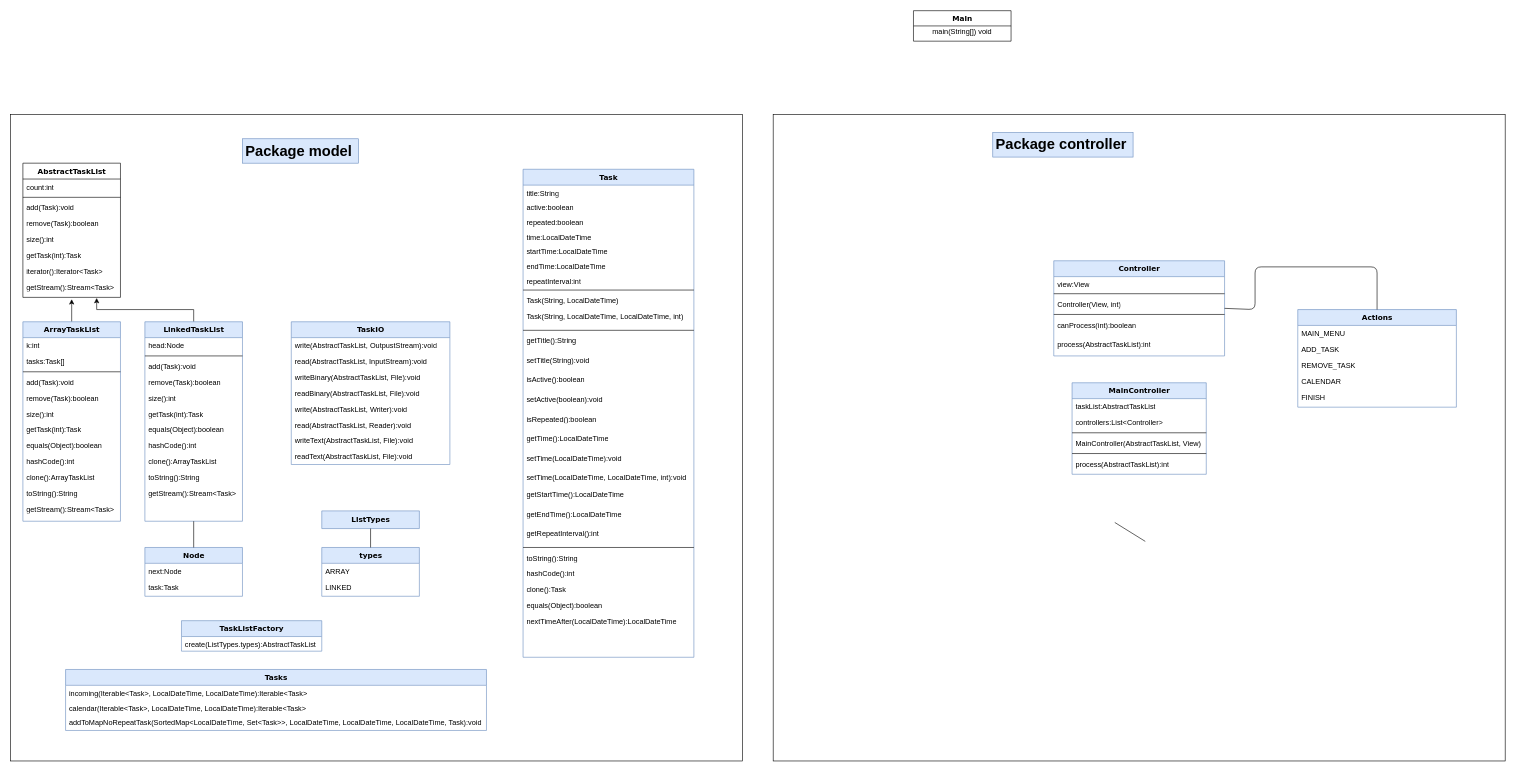
This is Untitled Diagram.drawio from Maxuha/NCTaskManager, a draw.io file, before an edit. Source tidied: cells renumbered, new cells numbered last; positions are measured from the earlier drawing's top-left corner, leaving out a move shared by most shapes. Both pictures are drawn from the tidied source at 61%, with x=0, y=0 at pixel (10, 10).
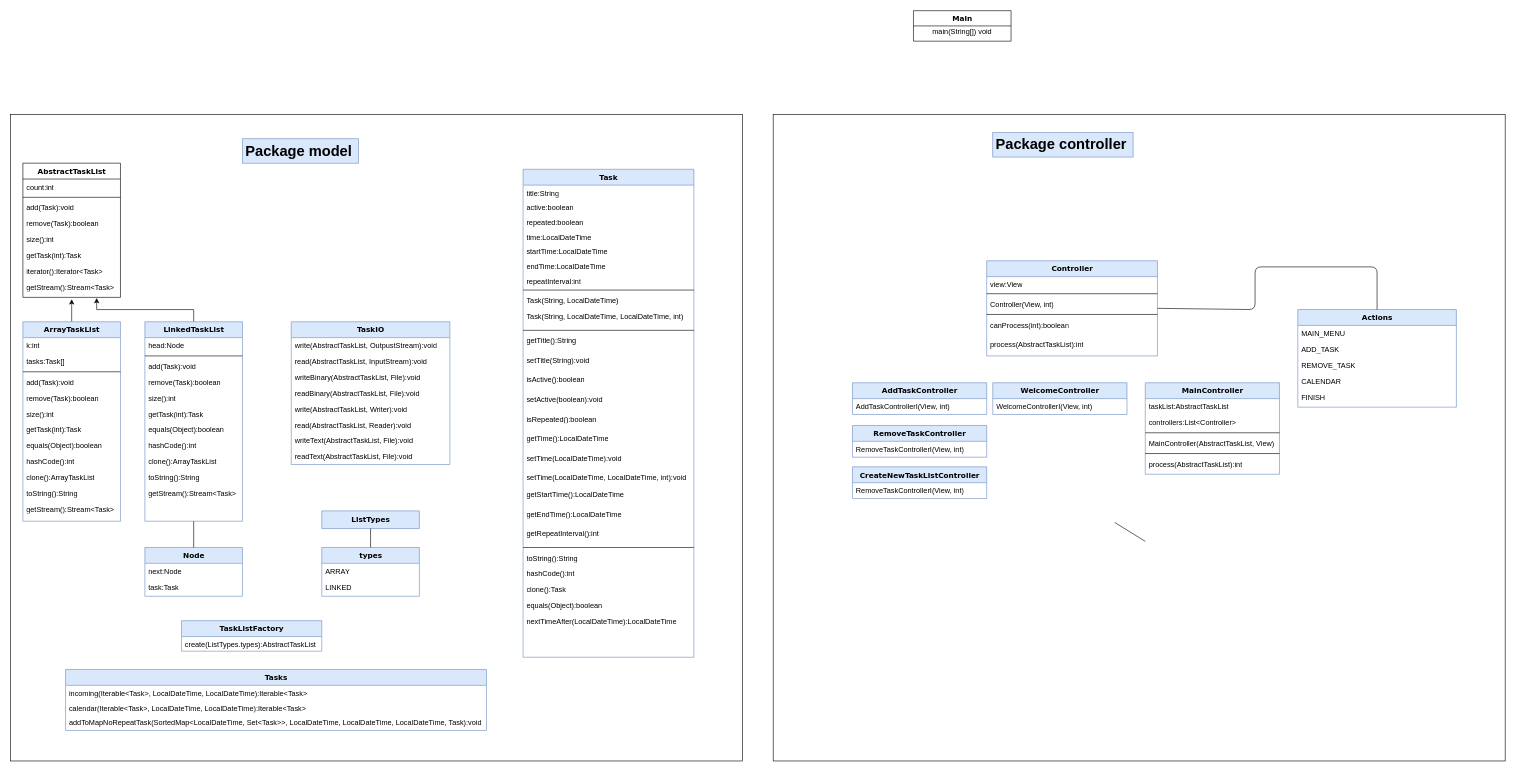
The same diagram, later.

Change to the diagram source:
```diff
@@
     <mxCell id="97" value="MainController" style="swimlane;html=1;fontStyle=1;align=center;verticalAlign=top;horizontal=1;startSize=26;swimlaneFillColor=#ffffff;rounded=0;shadow=0;comic=0;labelBackgroundColor=none;strokeWidth=1;fillColor=#dae8fc;fontFamily=Verdana;fontSize=12;strokeColor=#6c8ebf;" parent="1" vertex="1">
-      <mxGeometry x="1740" y="610" width="220" height="150" as="geometry" />
+      <mxGeometry x="1860" y="610" width="220" height="150" as="geometry" />
     </mxCell>
@@
     <mxCell id="105" value="Controller" style="swimlane;html=1;fontStyle=1;align=center;verticalAlign=top;horizontal=1;startSize=26;swimlaneFillColor=#ffffff;rounded=0;shadow=0;comic=0;labelBackgroundColor=none;strokeWidth=1;fillColor=#dae8fc;fontFamily=Verdana;fontSize=12;strokeColor=#6c8ebf;" parent="1" vertex="1">
-      <mxGeometry x="1710" y="410" width="280" height="156" as="geometry" />
+      <mxGeometry x="1600" y="410" width="280" height="156" as="geometry" />
     </mxCell>
@@
+    <mxCell id="120" value="WelcomeController" style="swimlane;html=1;fontStyle=1;align=center;verticalAlign=top;horizontal=1;startSize=26;swimlaneFillColor=#ffffff;rounded=0;shadow=0;comic=0;labelBackgroundColor=none;strokeWidth=1;fillColor=#dae8fc;fontFamily=Verdana;fontSize=12;strokeColor=#6c8ebf;" parent="1" vertex="1">
+      <mxGeometry x="1610" y="610" width="220" height="52" as="geometry" />
+    </mxCell>
+    <mxCell id="121" value="WelcomeControllerI(View, int)" style="text;html=1;strokeColor=none;fillColor=none;align=left;verticalAlign=top;spacingLeft=4;spacingRight=4;whiteSpace=wrap;overflow=hidden;" parent="120" vertex="1">
+      <mxGeometry y="26" width="220" height="26" as="geometry" />
+    </mxCell>
+    <mxCell id="122" value="AddTaskController" style="swimlane;html=1;fontStyle=1;align=center;verticalAlign=top;horizontal=1;startSize=26;swimlaneFillColor=#ffffff;rounded=0;shadow=0;comic=0;labelBackgroundColor=none;strokeWidth=1;fillColor=#dae8fc;fontFamily=Verdana;fontSize=12;strokeColor=#6c8ebf;" parent="1" vertex="1">
+      <mxGeometry x="1380" y="610" width="220" height="52" as="geometry" />
+    </mxCell>
+    <mxCell id="123" value="AddTaskControllerI(View, int)" style="text;html=1;strokeColor=none;fillColor=none;align=left;verticalAlign=top;spacingLeft=4;spacingRight=4;whiteSpace=wrap;overflow=hidden;" parent="122" vertex="1">
+      <mxGeometry y="26" width="220" height="26" as="geometry" />
+    </mxCell>
+    <mxCell id="124" value="RemoveTaskController" style="swimlane;html=1;fontStyle=1;align=center;verticalAlign=top;horizontal=1;startSize=26;swimlaneFillColor=#ffffff;rounded=0;shadow=0;comic=0;labelBackgroundColor=none;strokeWidth=1;fillColor=#dae8fc;fontFamily=Verdana;fontSize=12;strokeColor=#6c8ebf;" parent="1" vertex="1">
+      <mxGeometry x="1380" y="680" width="220" height="52" as="geometry" />
+    </mxCell>
+    <mxCell id="125" value="RemoveTaskControllerI(View, int)" style="text;html=1;strokeColor=none;fillColor=none;align=left;verticalAlign=top;spacingLeft=4;spacingRight=4;whiteSpace=wrap;overflow=hidden;" parent="124" vertex="1">
+      <mxGeometry y="26" width="220" height="26" as="geometry" />
+    </mxCell>
+    <mxCell id="126" value="CreateNewTaskListController" style="swimlane;html=1;fontStyle=1;align=center;verticalAlign=top;horizontal=1;startSize=26;swimlaneFillColor=#ffffff;rounded=0;shadow=0;comic=0;labelBackgroundColor=none;strokeWidth=1;fillColor=#dae8fc;fontFamily=Verdana;fontSize=12;strokeColor=#6c8ebf;" parent="1" vertex="1">
+      <mxGeometry x="1380" y="747.8" width="220" height="52" as="geometry" />
+    </mxCell>
+    <mxCell id="127" value="RemoveTaskControllerI(View, int)" style="text;html=1;strokeColor=none;fillColor=none;align=left;verticalAlign=top;spacingLeft=4;spacingRight=4;whiteSpace=wrap;overflow=hidden;" parent="126" vertex="1">
+      <mxGeometry y="26" width="220" height="26" as="geometry" />
+    </mxCell>
```
